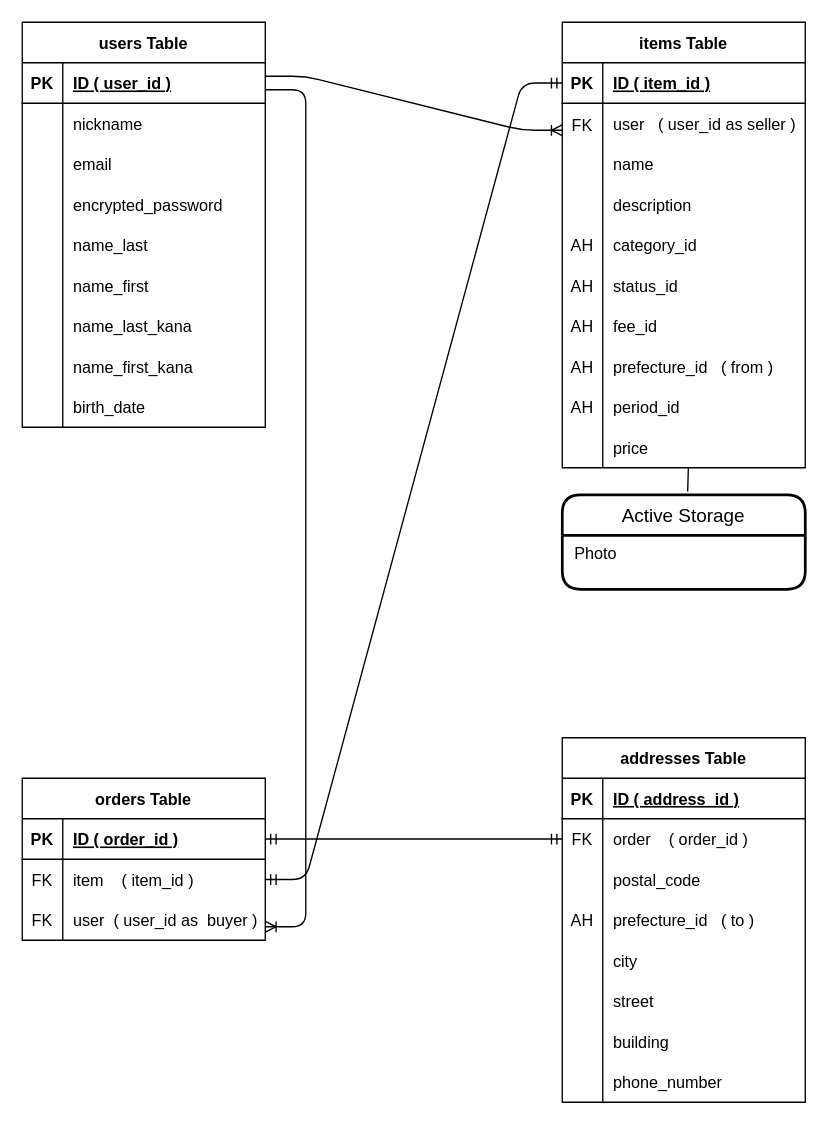
Koi115/furima-39258 keeps this draw.io diagram as ER.dio. Above is the earlier version. Source tidied: cells renumbered, new cells numbered last; positions are measured from the earlier drawing's top-left corner, leaving out a move shared by most shapes. Both pictures are drawn from the tidied source at 135%, with x=0, y=0 at pixel (22, 22).
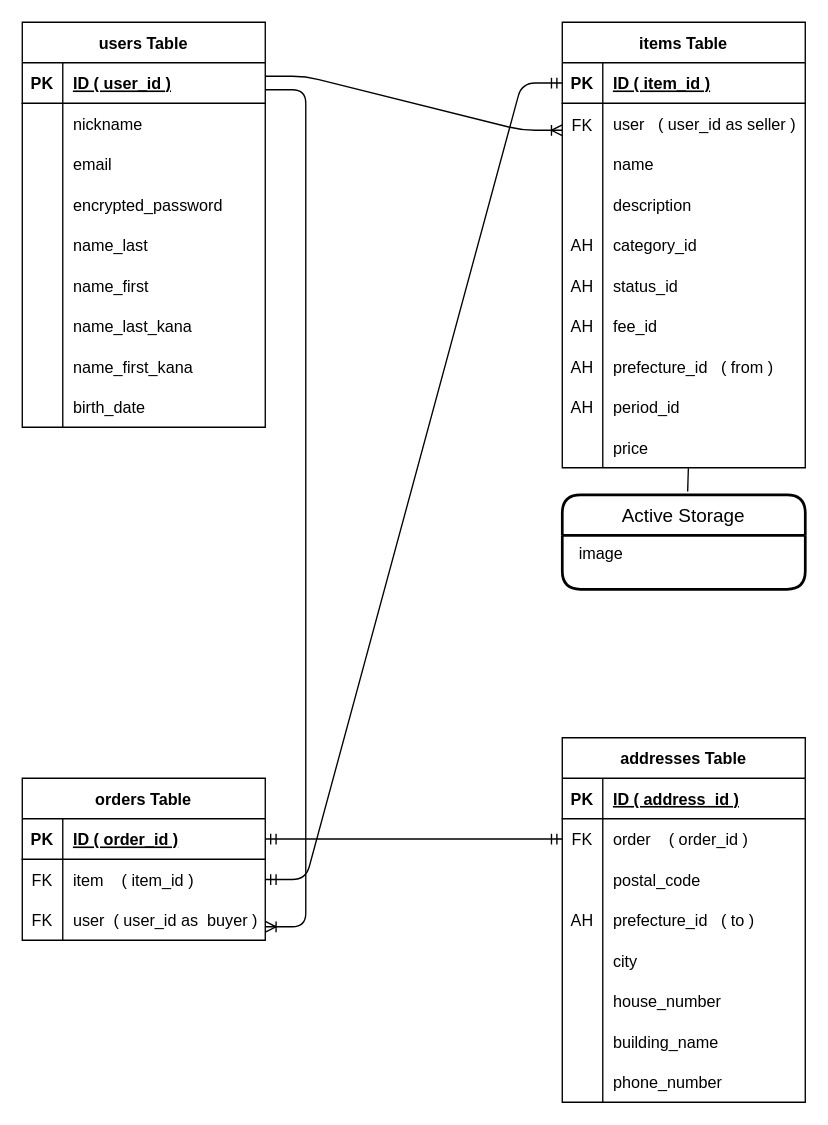
The same diagram, later.

The change refers to these unchanged cells:
```xml
<mxCell id="61" value="Active Storage" style="swimlane;horizontal=1;startSize=30;rounded=1;fontSize=14;fontStyle=0;strokeWidth=2;shadow=0;dashed=0;align=center;" parent="1" vertex="1">
  <mxGeometry x="400" y="350" width="180" height="70" as="geometry" />
</mxCell>
<mxCell id="90" style="shape=tableRow;horizontal=0;startSize=0;swimlaneHead=0;swimlaneBody=0;fillColor=none;top=0;left=0;right=0;bottom=0;" parent="74" vertex="1">
  <mxGeometry y="180" width="180" height="30" as="geometry" />
</mxCell>
<mxCell id="93" style="shape=tableRow;horizontal=0;startSize=0;swimlaneHead=0;swimlaneBody=0;fillColor=none;top=0;left=0;right=0;bottom=0;" parent="74" vertex="1">
  <mxGeometry y="210" width="180" height="30" as="geometry" />
</mxCell>
```

Diff of the diagram source:
```diff
@@
-    <mxCell id="62" value=" Photo&#10;" style="align=left;strokeColor=none;fillColor=none;spacingLeft=4;fontSize=12;verticalAlign=top;" parent="61" vertex="1">
+    <mxCell id="62" value="  image" style="align=left;strokeColor=none;fillColor=none;spacingLeft=4;fontSize=12;verticalAlign=top;" parent="61" vertex="1">
       <mxGeometry y="30" width="180" height="40" as="geometry" />
     </mxCell>
@@
-    <mxCell id="92" value="street" style="shape=partialRectangle;fillColor=none;top=0;left=0;bottom=0;right=0;align=left;spacingLeft=6;overflow=hidden;" parent="90" vertex="1">
+    <mxCell id="92" value="house_number" style="shape=partialRectangle;fillColor=none;top=0;left=0;bottom=0;right=0;align=left;spacingLeft=6;overflow=hidden;" parent="90" vertex="1">
       <mxGeometry x="30" width="150" height="30" as="geometry" />
     </mxCell>
@@
-    <mxCell id="95" value="building" style="shape=partialRectangle;fillColor=none;top=0;left=0;bottom=0;right=0;align=left;spacingLeft=6;overflow=hidden;" parent="93" vertex="1">
+    <mxCell id="95" value="building_name" style="shape=partialRectangle;fillColor=none;top=0;left=0;bottom=0;right=0;align=left;spacingLeft=6;overflow=hidden;" parent="93" vertex="1">
       <mxGeometry x="30" width="150" height="30" as="geometry" />
     </mxCell>
```
